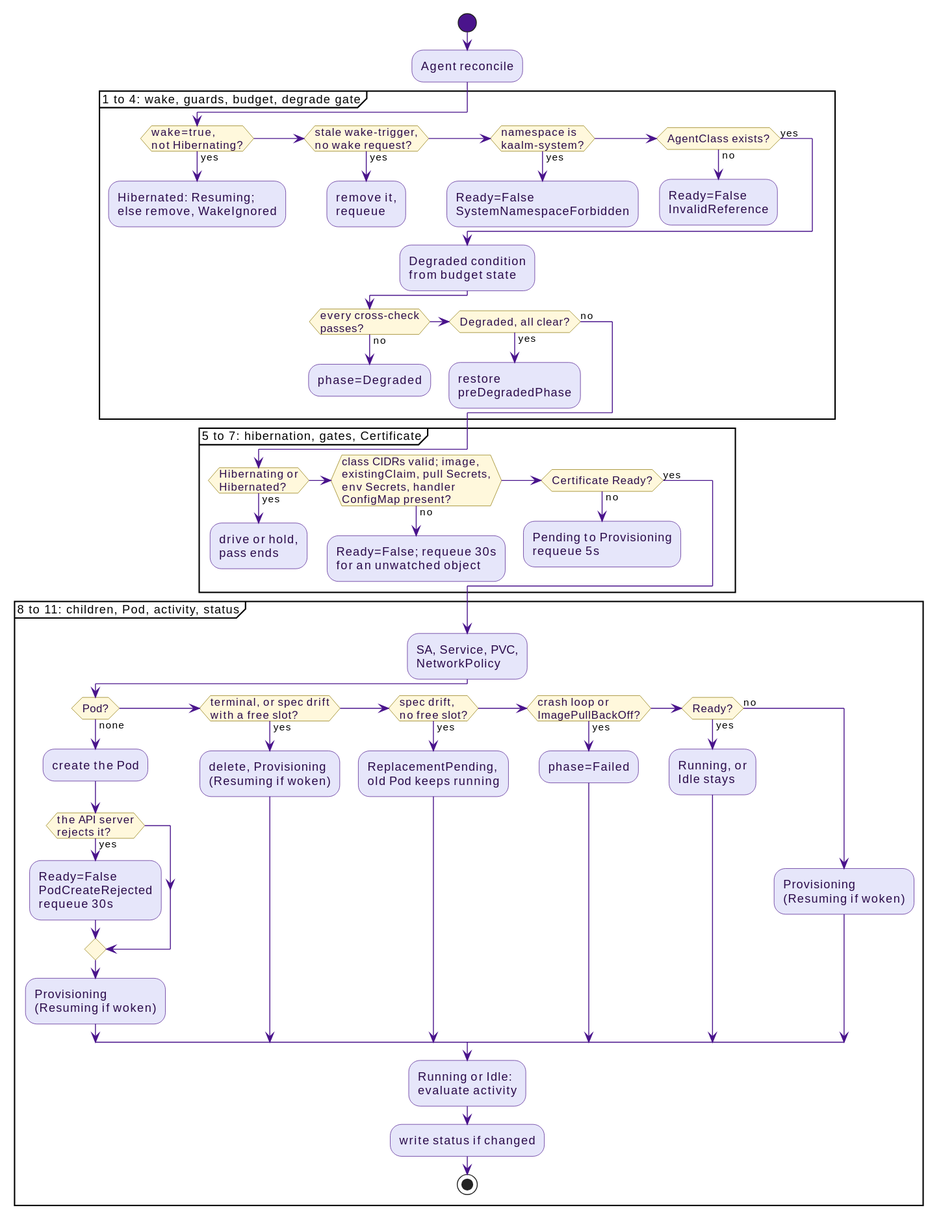
This is docs/src/diagrams/agent-reconcile-pass.svg from win07xp/kaalm, a PlantUML export, as it was before one commit.
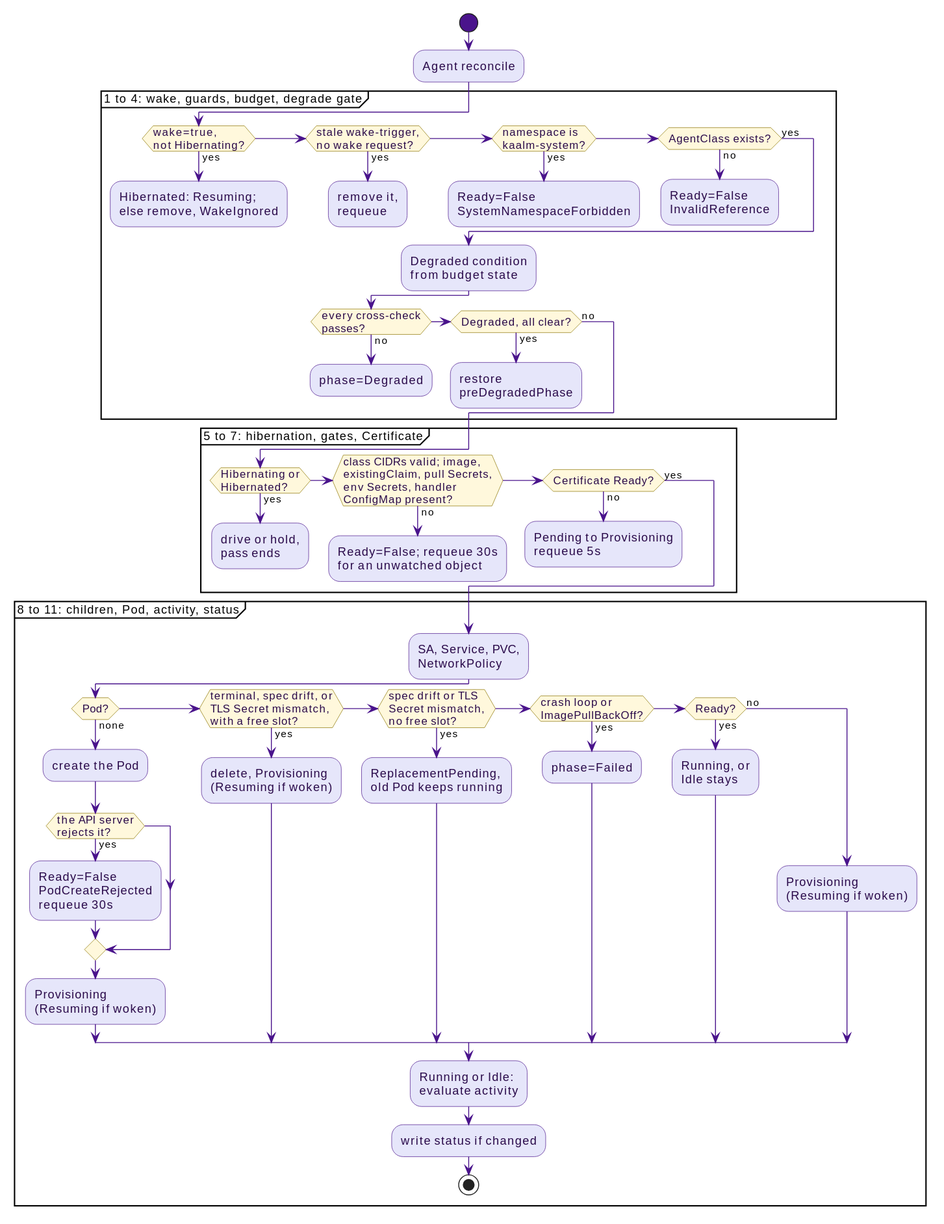
After the commit.

Commit message:
docs: describe Agent Pod replacement on a TLS Secret mismatch

Change to the diagram source:
```diff
@@ -52,9 +52,9 @@
       :Ready=False\nPodCreateRejected\nrequeue 30s;
     endif
     :Provisioning\n(Resuming if woken);
-  elseif (terminal, or spec drift\nwith a free slot?) then (yes)
+  elseif (terminal, spec drift, or\nTLS Secret mismatch,\nwith a free slot?) then (yes)
     :delete, Provisioning\n(Resuming if woken);
-  elseif (spec drift,\nno free slot?) then (yes)
+  elseif (spec drift or TLS\nSecret mismatch,\nno free slot?) then (yes)
     :ReplacementPending,\nold Pod keeps running;
   elseif (crash loop or\nImagePullBackOff?) then (yes)
     :phase=Failed;
```
